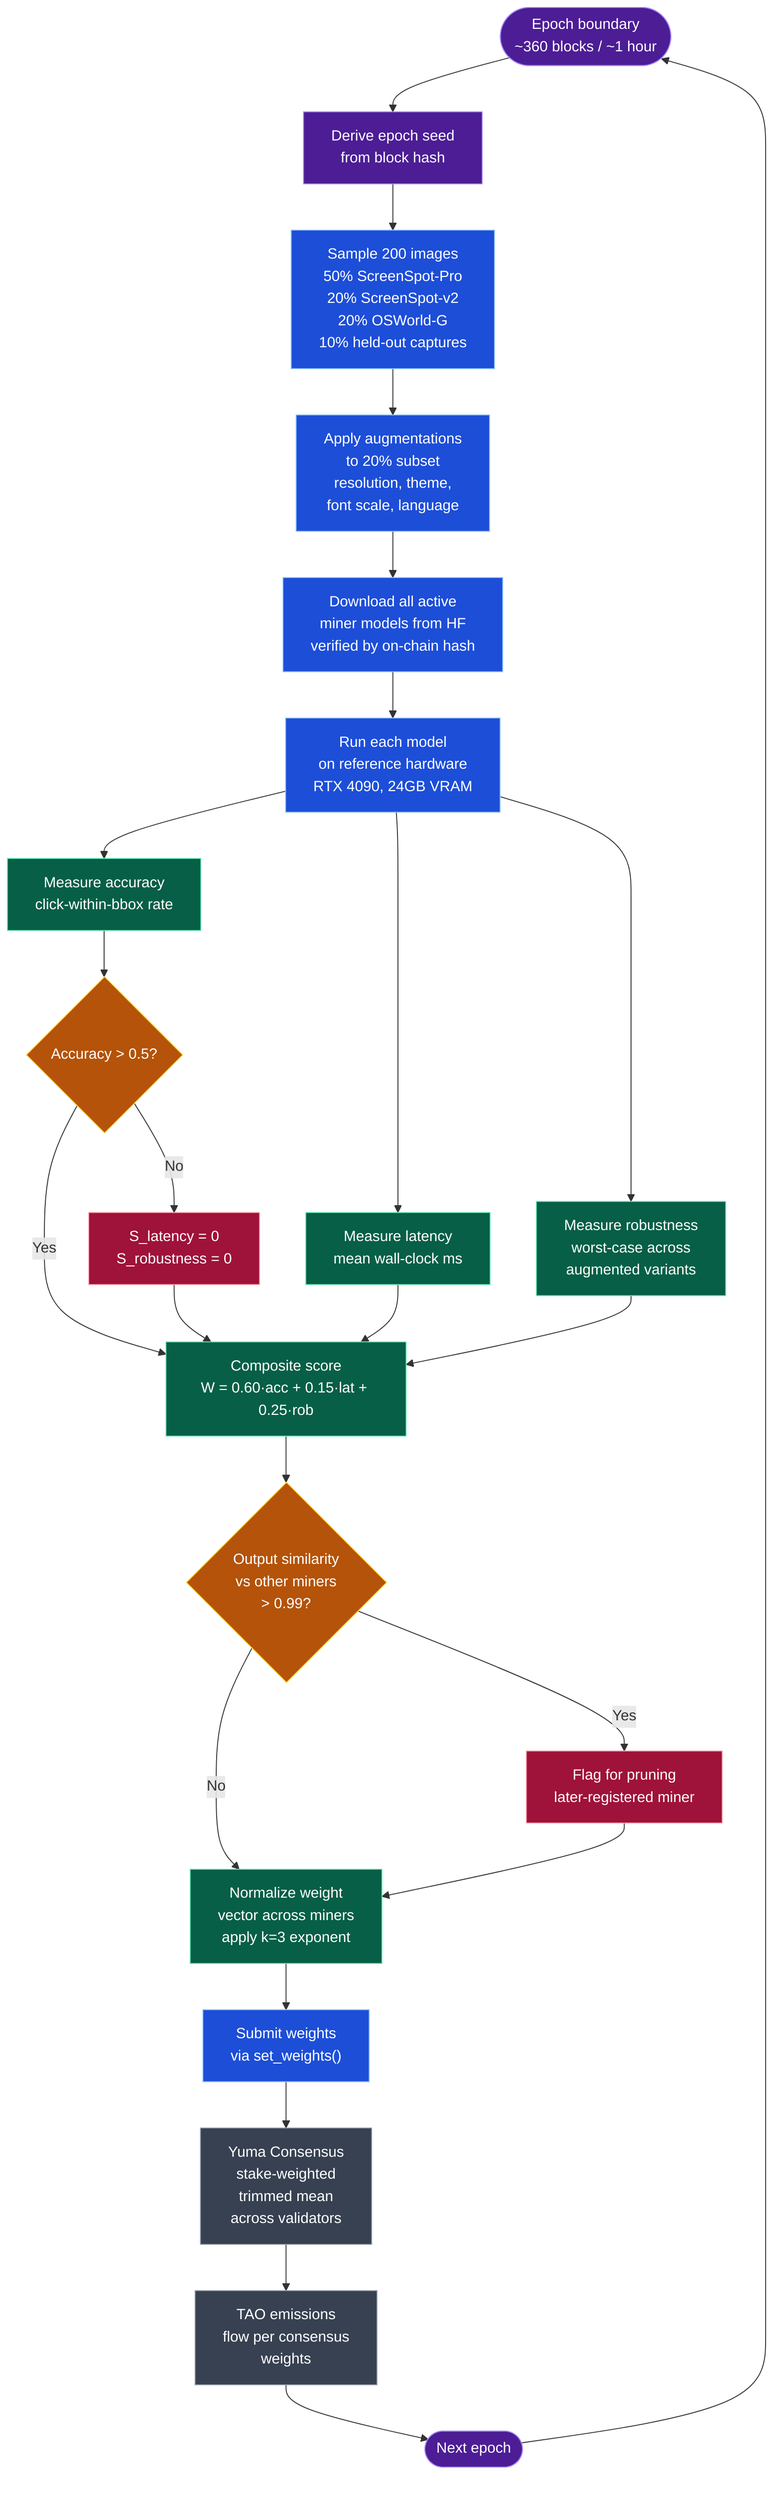
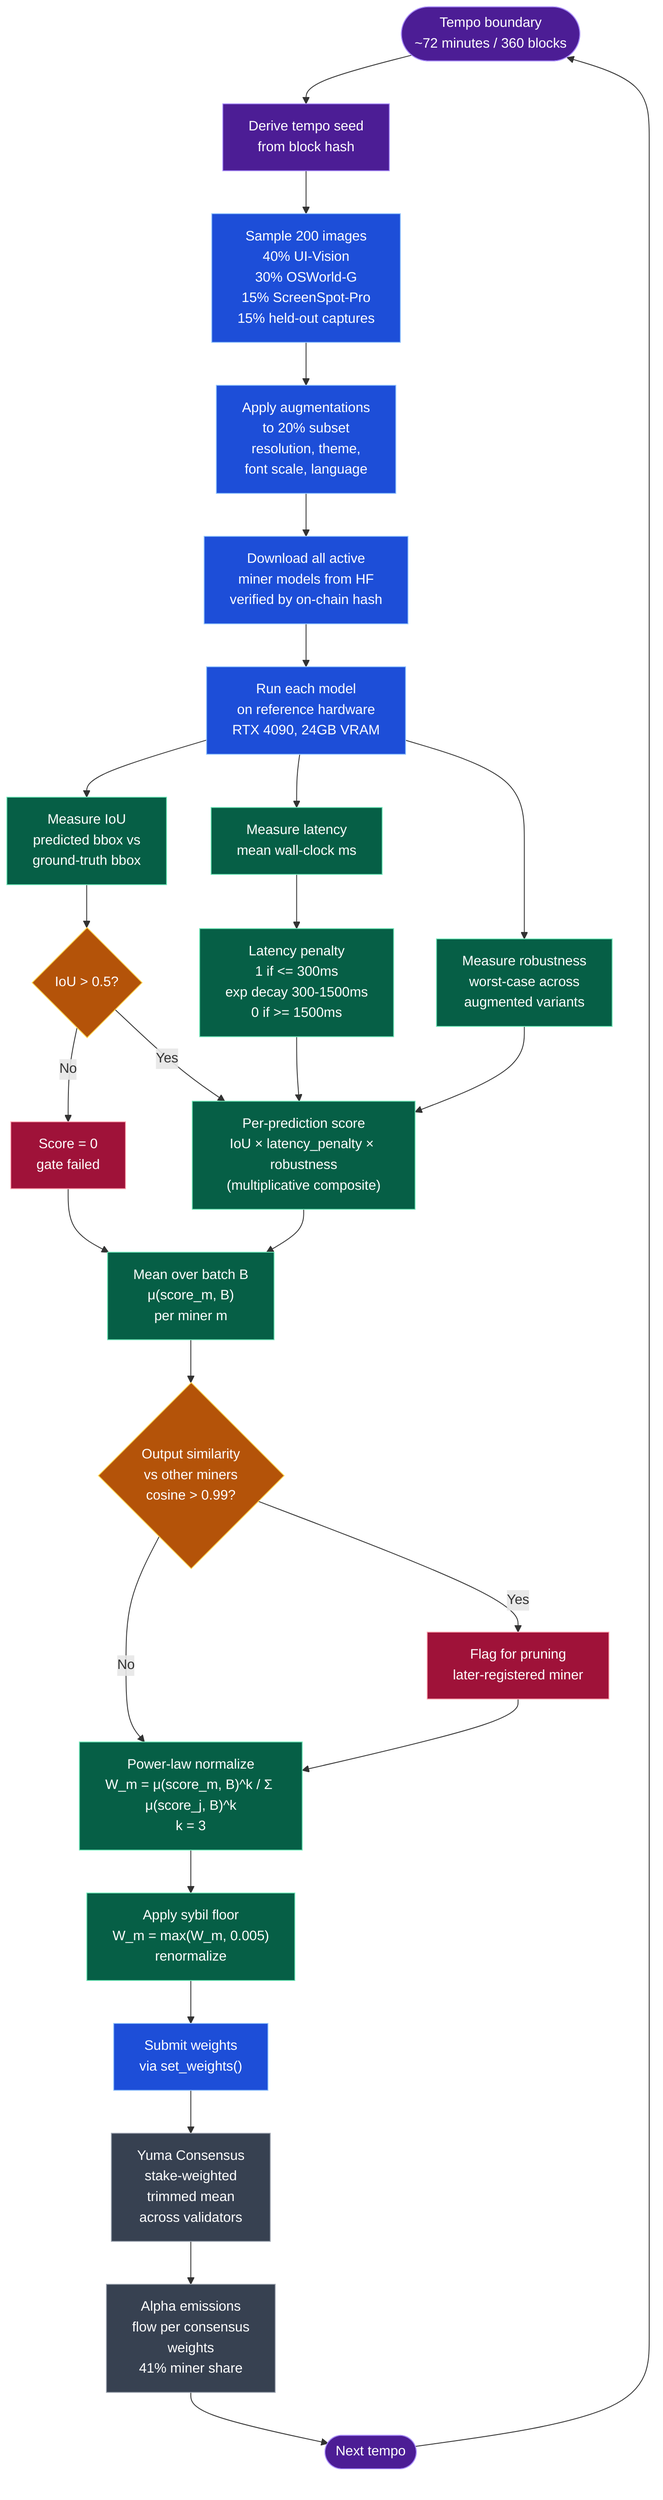
flowchart TB
    classDef trigger fill:#4c1d95,stroke:#a78bfa,color:#fff
    classDef validator fill:#1d4ed8,stroke:#93c5fd,color:#fff
    classDef scoring fill:#065f46,stroke:#6ee7b7,color:#fff
    classDef decision fill:#b45309,stroke:#fcd34d,color:#fff
    classDef terminal fill:#9f1239,stroke:#fda4af,color:#fff
    classDef chain fill:#374151,stroke:#9ca3af,color:#fff

-     START(["Epoch boundary<br/>~360 blocks / ~1 hour"]):::trigger
+     START(["Tempo boundary<br/>~72 minutes / 360 blocks"]):::trigger

-     SEED["Derive epoch seed<br/>from block hash"]:::trigger
+     SEED["Derive tempo seed<br/>from block hash"]:::trigger

-     SAMPLE["Sample 200 images<br/>50% ScreenSpot-Pro<br/>20% ScreenSpot-v2<br/>20% OSWorld-G<br/>10% held-out captures"]:::validator
+     SAMPLE["Sample 200 images<br/>40% UI-Vision<br/>30% OSWorld-G<br/>15% ScreenSpot-Pro<br/>15% held-out captures"]:::validator

    AUG["Apply augmentations<br/>to 20% subset<br/>resolution, theme,<br/>font scale, language"]:::validator

    DL["Download all active<br/>miner models from HF<br/>verified by on-chain hash"]:::validator

    RUN["Run each model<br/>on reference hardware<br/>RTX 4090, 24GB VRAM"]:::validator

-     ACC["Measure accuracy<br/>click-within-bbox rate"]:::scoring
+     IOU["Measure IoU<br/>predicted bbox vs<br/>ground-truth bbox"]:::scoring
    LAT["Measure latency<br/>mean wall-clock ms"]:::scoring
    ROB["Measure robustness<br/>worst-case across<br/>augmented variants"]:::scoring

-     GATE{"Accuracy &gt; 0.5?"}:::decision
+     GATE{"IoU &gt; 0.5?"}:::decision

-     ZERO["S_latency = 0<br/>S_robustness = 0"]:::terminal
+     ZERO["Score = 0<br/>gate failed"]:::terminal

-     COMP["Composite score<br/>W = 0.60·acc + 0.15·lat + 0.25·rob"]:::scoring
+     LATPEN["Latency penalty<br/>1 if &lt;= 300ms<br/>exp decay 300-1500ms<br/>0 if &gt;= 1500ms"]:::scoring

-     SIM{"Output similarity<br/>vs other miners<br/>&gt; 0.99?"}:::decision
+     COMP["Per-prediction score<br/>IoU × latency_penalty × robustness<br/>(multiplicative composite)"]:::scoring
+ 
+     MEAN["Mean over batch B<br/>μ(score_m, B)<br/>per miner m"]:::scoring
+ 
+     SIM{"Output similarity<br/>vs other miners<br/>cosine &gt; 0.99?"}:::decision

    FLAG["Flag for pruning<br/>later-registered miner"]:::terminal

-     NORM["Normalize weight<br/>vector across miners<br/>apply k=3 exponent"]:::scoring
+     NORM["Power-law normalize<br/>W_m = μ(score_m, B)^k / Σ μ(score_j, B)^k<br/>k = 3"]:::scoring
+ 
+     FLOOR["Apply sybil floor<br/>W_m = max(W_m, 0.005)<br/>renormalize"]:::scoring

    SUBMIT["Submit weights<br/>via set_weights()"]:::validator

    YUMA["Yuma Consensus<br/>stake-weighted<br/>trimmed mean<br/>across validators"]:::chain

-     EMIT["TAO emissions<br/>flow per consensus<br/>weights"]:::chain
+     EMIT["Alpha emissions<br/>flow per consensus<br/>weights<br/>41% miner share"]:::chain

-     LOOP(["Next epoch"]):::trigger
+     LOOP(["Next tempo"]):::trigger

    START --> SEED
    SEED --> SAMPLE
    SAMPLE --> AUG
    AUG --> DL
    DL --> RUN
-     RUN --> ACC
+     RUN --> IOU
    RUN --> LAT
    RUN --> ROB
-     ACC --> GATE
+     IOU --> GATE
    GATE -->|No| ZERO
    GATE -->|Yes| COMP
-     ZERO --> COMP
-     LAT --> COMP
+     ZERO --> MEAN
+     LAT --> LATPEN
+     LATPEN --> COMP
    ROB --> COMP
-     COMP --> SIM
+     COMP --> MEAN
+     MEAN --> SIM
    SIM -->|Yes| FLAG
    SIM -->|No| NORM
    FLAG --> NORM
-     NORM --> SUBMIT
+     NORM --> FLOOR
+     FLOOR --> SUBMIT
    SUBMIT --> YUMA
    YUMA --> EMIT
    EMIT --> LOOP
    LOOP --> START
